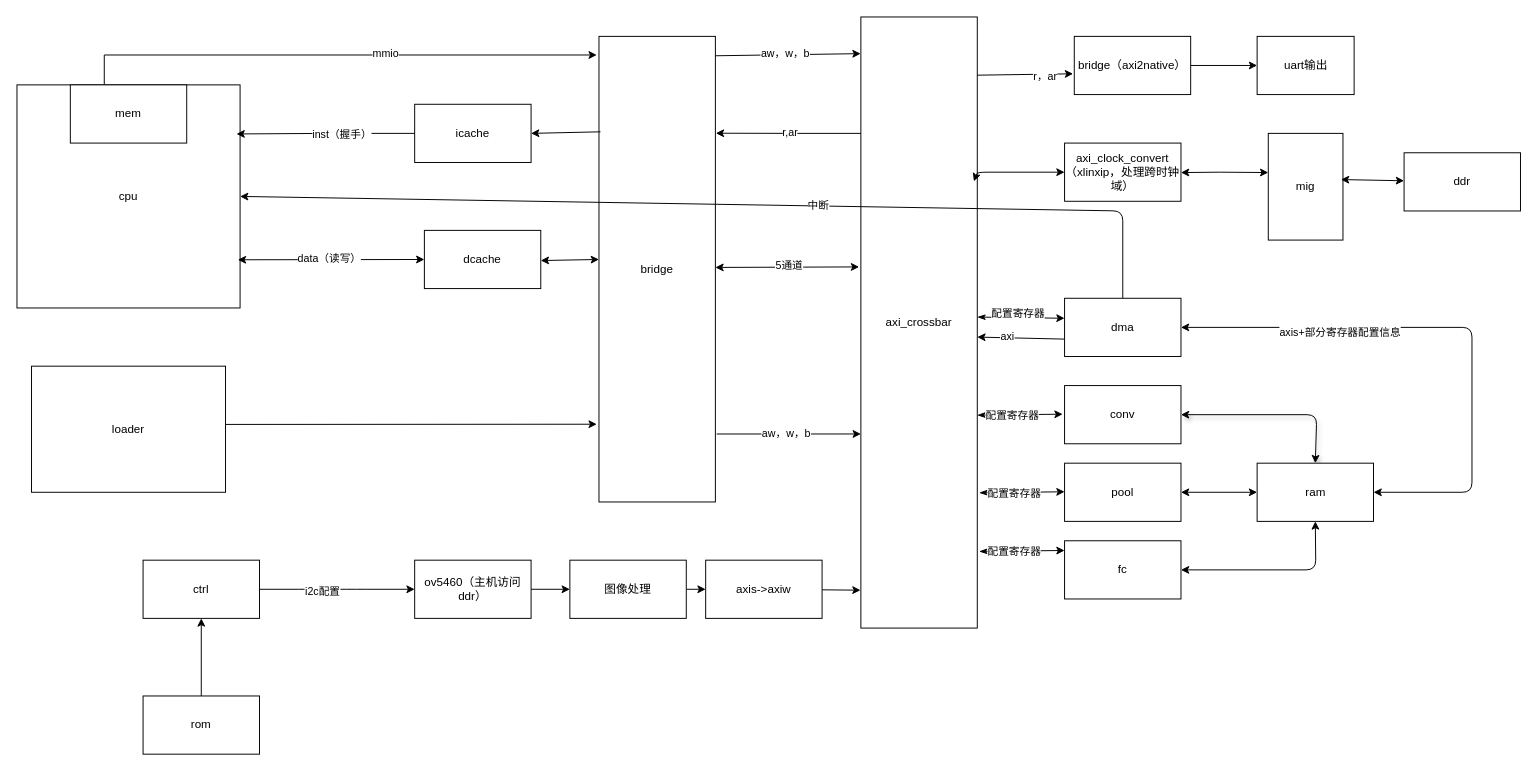
ssssss-dot/soc_learning keeps this draw.io diagram as architecture diagram/soc架构图.drawio. Above is the earlier version. Source tidied: cells renumbered, new cells numbered last; positions are measured from the earlier drawing's top-left corner, leaving out a move shared by most shapes. Both pictures are drawn from the tidied source at 97%, with x=0, y=0 at pixel (16, 16).
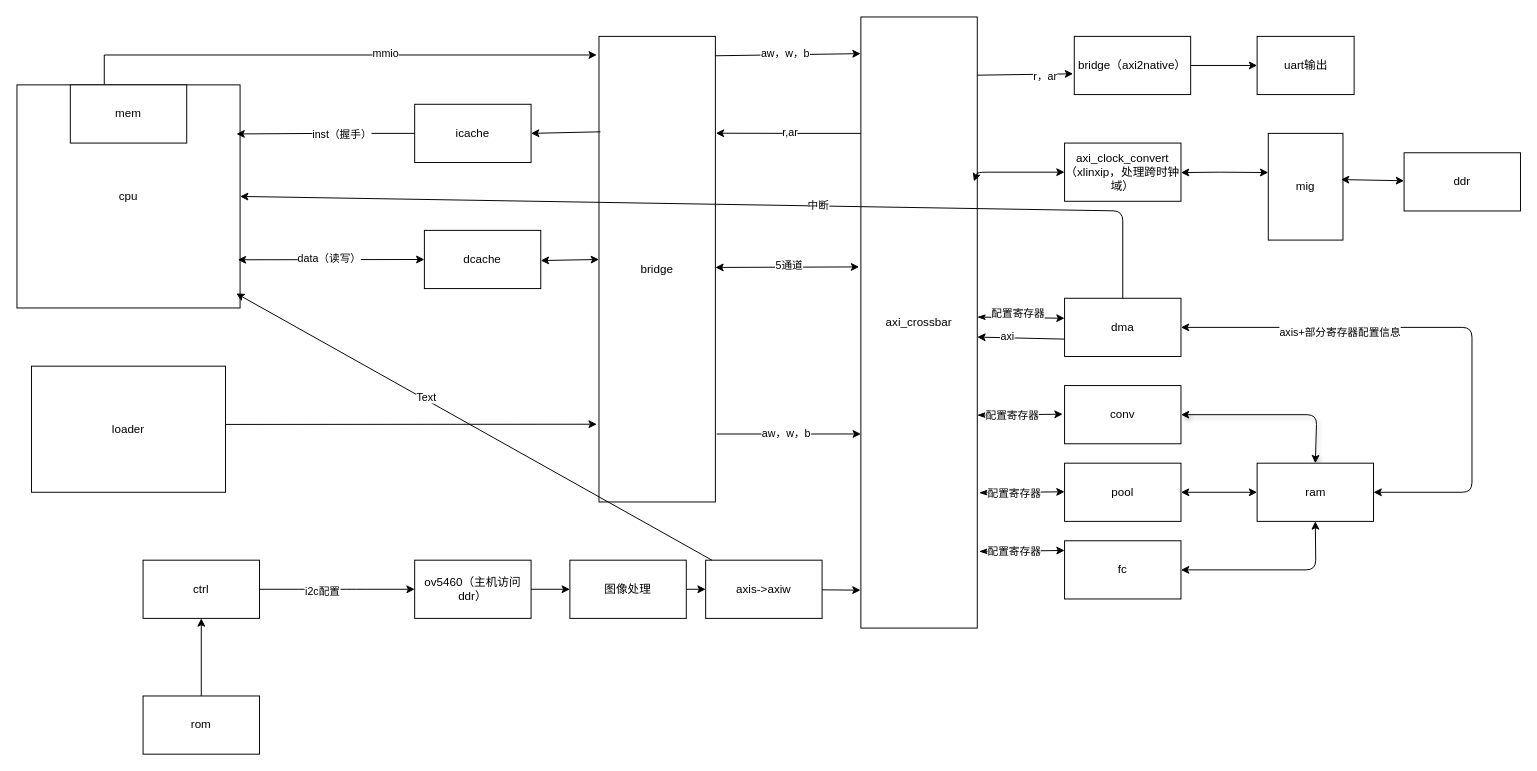
After the change.

The change refers to these unchanged cells:
```xml
<mxCell id="2" value="cpu" style="whiteSpace=wrap;html=1;" parent="1" vertex="1">
  <mxGeometry y="70" width="230" height="230" as="geometry" />
</mxCell>
<mxCell id="67" value="axis-&amp;gt;axiw" style="rounded=0;whiteSpace=wrap;html=1;" parent="1" vertex="1">
  <mxGeometry x="710" y="560" width="120" height="60" as="geometry" />
</mxCell>
```

What changed in the source:
```diff
@@
+    <mxCell id="70" style="edgeStyle=none;html=1;entryX=0.983;entryY=0.935;entryDx=0;entryDy=0;entryPerimeter=0;" parent="1" edge="1" source="67" target="2">
+      <mxGeometry relative="1" as="geometry" />
+    </mxCell>
+    <mxCell id="71" value="Text" style="edgeLabel;html=1;align=center;verticalAlign=middle;" parent="70" vertex="1">
+      <mxGeometry x="0.21" y="-3" relative="1" as="geometry" />
+    </mxCell>
```
